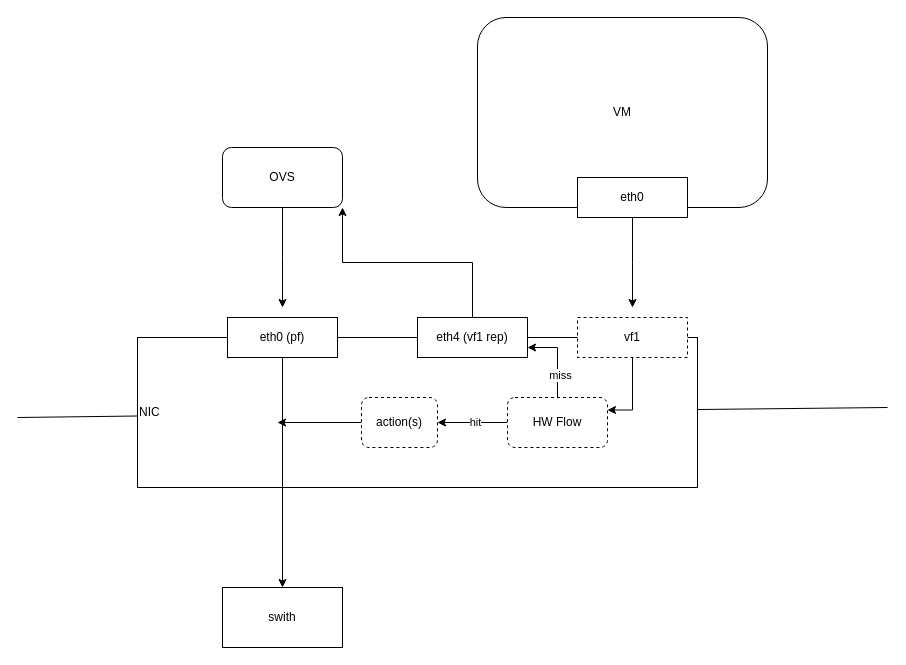
This is page "第 8 页" (8 of 8) of linux内核网络分析.drawio from enzoyes/desginsindraw, a draw.io file, before an edit. Source tidied: cells renumbered, new cells numbered last; positions are measured from the earlier drawing's top-left corner, leaving out a move shared by most shapes. Both pictures are drawn from the tidied source at 100%, with x=0, y=0 at pixel (17, 17).
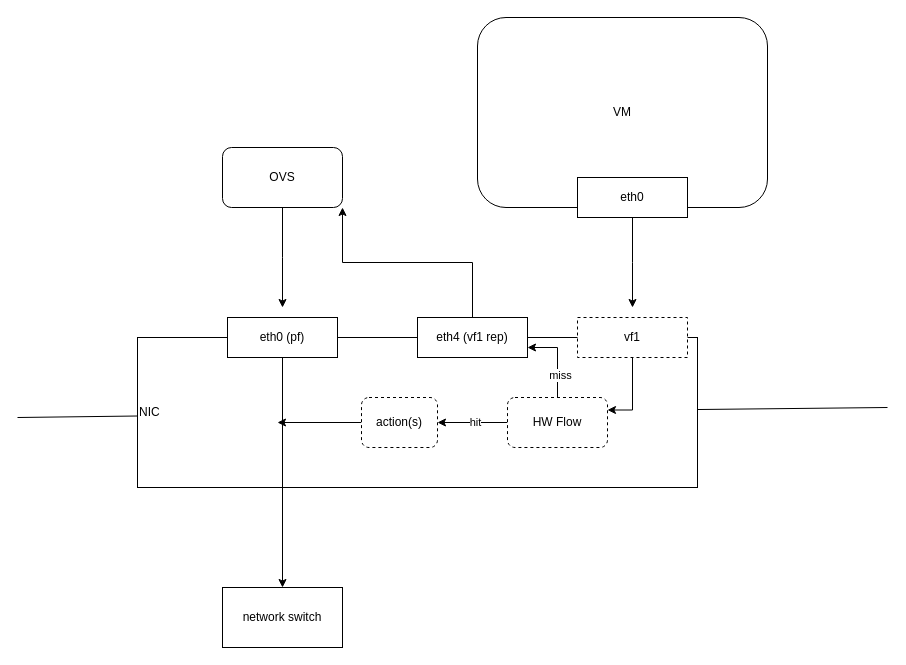
Above is the later version.

Commit message:
更新linux内核网络分析.drawio

The edit, as a diff of the source:
```diff
@@
-    <mxCell id="14" value="swith" style="rounded=0;whiteSpace=wrap;html=1;" parent="1" vertex="1">
+    <mxCell id="14" value="network switch" style="rounded=0;whiteSpace=wrap;html=1;" parent="1" vertex="1">
       <mxGeometry x="205" y="570" width="120" height="60" as="geometry" />
     </mxCell>
```
